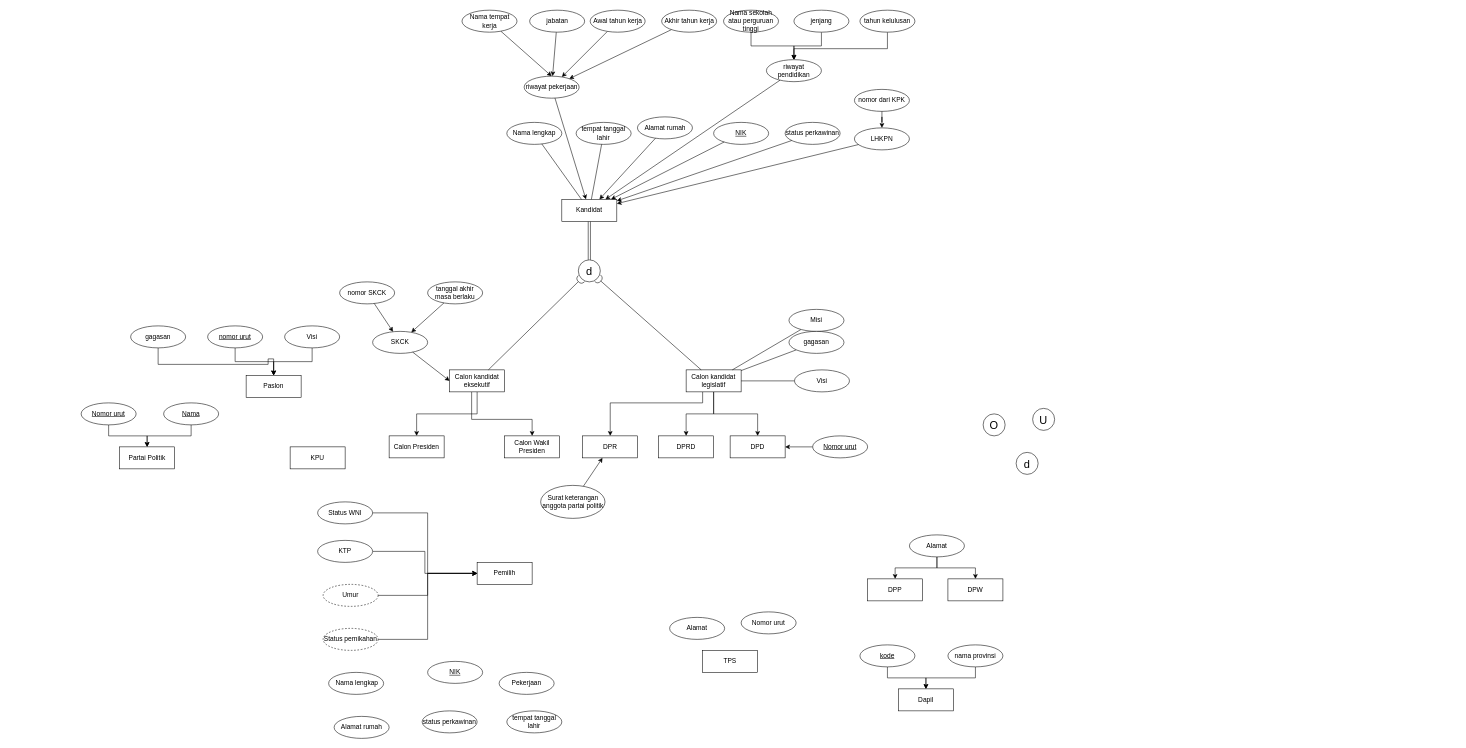
Before: TI1_basis_data.drawio in thirza258/draw.io, a draw.io diagram. Source tidied: cells renumbered, new cells numbered last; positions are measured from the earlier drawing's top-left corner, leaving out a move shared by most shapes. Both pictures are drawn from the tidied source at 55%, with x=0, y=0 at pixel (81, 10).
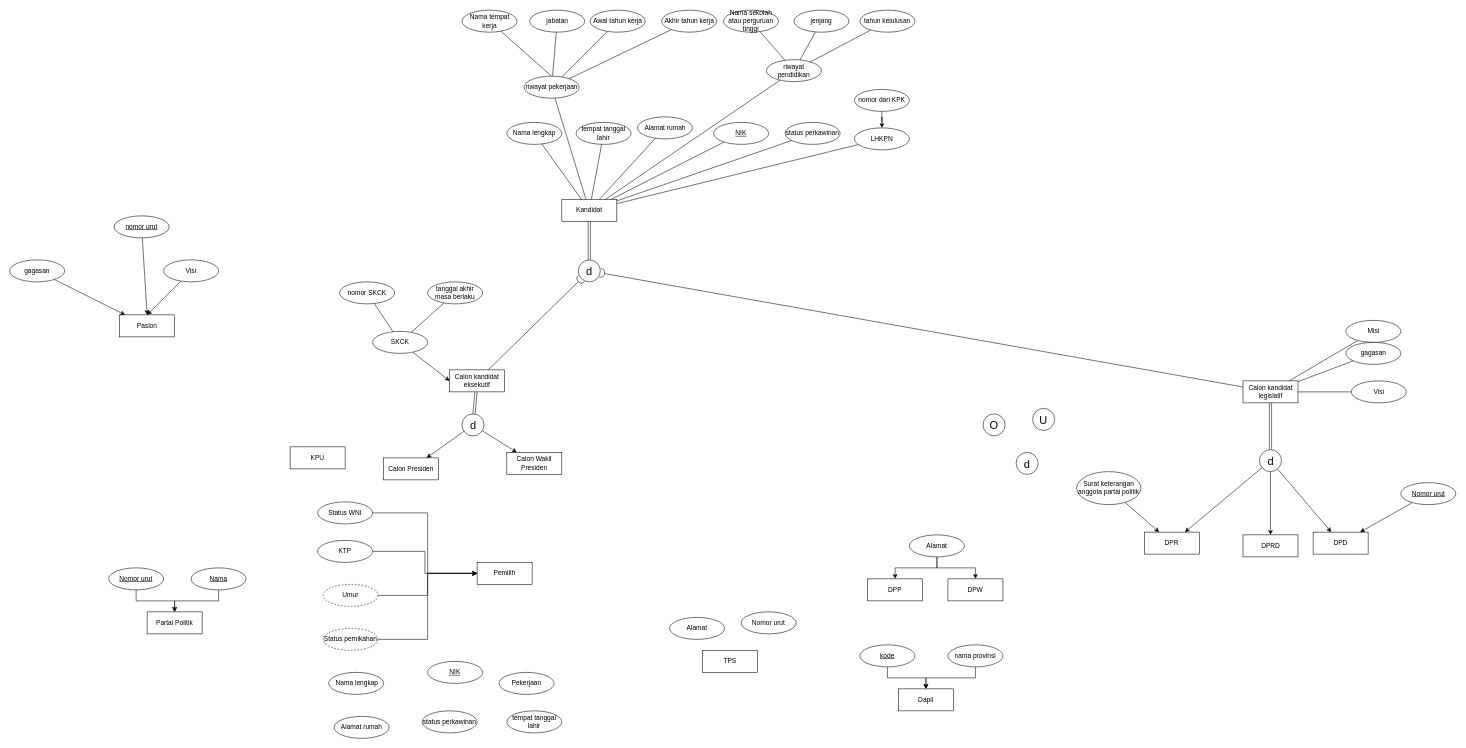
The same diagram, later.

Unchanged cells that the change refers to:
```xml
<mxCell id="9" value="Calon kandidat eksekutif" style="whiteSpace=wrap;html=1;align=center;" parent="1" vertex="1">
  <mxGeometry x="670" y="654" width="100" height="40" as="geometry" />
</mxCell>
<mxCell id="78" value="Kandidat" style="whiteSpace=wrap;html=1;align=center;" parent="1" vertex="1">
  <mxGeometry x="874" y="344" width="100" height="40" as="geometry" />
</mxCell>
<mxCell id="81" value="Alamat rumah" style="ellipse;whiteSpace=wrap;html=1;align=center;" parent="1" vertex="1">
  <mxGeometry x="1011.5" y="194" width="100" height="40" as="geometry" />
</mxCell>
<mxCell id="82" value="&lt;u&gt;NIK&lt;/u&gt;" style="ellipse;whiteSpace=wrap;html=1;align=center;" parent="1" vertex="1">
  <mxGeometry x="1150" y="204" width="100" height="40" as="geometry" />
</mxCell>
<mxCell id="83" value="status perkawinan" style="ellipse;whiteSpace=wrap;html=1;align=center;" parent="1" vertex="1">
  <mxGeometry x="1280" y="204" width="100" height="40" as="geometry" />
</mxCell>
<mxCell id="103" value="LHKPN" style="ellipse;whiteSpace=wrap;html=1;align=center;" parent="102" vertex="1">
  <mxGeometry y="70" width="100" height="40" as="geometry" />
</mxCell>
```

Diff of the diagram source:
```diff
@@
     <mxCell id="2" value="DPR" style="whiteSpace=wrap;html=1;align=center;" parent="1" vertex="1">
-      <mxGeometry x="911.5" y="774" width="100" height="40" as="geometry" />
+      <mxGeometry x="1933" y="949" width="100" height="40" as="geometry" />
     </mxCell>
     <mxCell id="3" value="DPRD" style="whiteSpace=wrap;html=1;align=center;" parent="1" vertex="1">
-      <mxGeometry x="1050" y="774" width="100" height="40" as="geometry" />
+      <mxGeometry x="2112.5" y="954" width="100" height="40" as="geometry" />
     </mxCell>
     <mxCell id="4" value="DPD" style="whiteSpace=wrap;html=1;align=center;" parent="1" vertex="1">
-      <mxGeometry x="1180" y="774" width="100" height="40" as="geometry" />
+      <mxGeometry x="2240" y="949" width="100" height="40" as="geometry" />
     </mxCell>
     <mxCell id="5" value="Calon Presiden" style="whiteSpace=wrap;html=1;align=center;" parent="1" vertex="1">
-      <mxGeometry x="560" y="774" width="100" height="40" as="geometry" />
+      <mxGeometry x="550" y="814" width="100" height="40" as="geometry" />
     </mxCell>
     <mxCell id="6" value="Calon Wakil Presiden" style="whiteSpace=wrap;html=1;align=center;" parent="1" vertex="1">
-      <mxGeometry x="770" y="774" width="100" height="40" as="geometry" />
+      <mxGeometry x="774" y="804" width="100" height="40" as="geometry" />
     </mxCell>
-    <mxCell id="7" style="edgeStyle=orthogonalEdgeStyle;rounded=0;jettySize=auto;html=1;" parent="1" edge="1" source="9" target="5">
-      <mxGeometry relative="1" as="geometry">
-        <Array as="points">
-          <mxPoint x="720" y="734" />
-          <mxPoint x="610" y="734" />
-        </Array>
-      </mxGeometry>
-    </mxCell>
-    <mxCell id="8" style="edgeStyle=orthogonalEdgeStyle;rounded=0;jettySize=auto;html=1;" parent="1" edge="1" source="9" target="6">
-      <mxGeometry relative="1" as="geometry">
-        <Array as="points">
-          <mxPoint x="710" y="744" />
-          <mxPoint x="820" y="744" />
-        </Array>
-      </mxGeometry>
-    </mxCell>
+    <mxCell id="117" style="rounded=0;jettySize=auto;html=1;shape=link;" parent="1" edge="1" source="9" target="121">
+      <mxGeometry relative="1" as="geometry" />
+    </mxCell>
@@
-    <mxCell id="10" style="edgeStyle=orthogonalEdgeStyle;rounded=0;jettySize=auto;html=1;" parent="1" edge="1" source="13" target="2">
-      <mxGeometry relative="1" as="geometry">
-        <Array as="points">
-          <mxPoint x="1130" y="714" />
-          <mxPoint x="962" y="714" />
-        </Array>
-      </mxGeometry>
-    </mxCell>
-    <mxCell id="11" style="edgeStyle=orthogonalEdgeStyle;rounded=0;jettySize=auto;html=1;" parent="1" edge="1" source="13" target="4">
-      <mxGeometry relative="1" as="geometry" />
-    </mxCell>
-    <mxCell id="12" style="edgeStyle=orthogonalEdgeStyle;rounded=0;jettySize=auto;html=1;" parent="1" edge="1" source="13" target="3">
-      <mxGeometry relative="1" as="geometry" />
-    </mxCell>
+    <mxCell id="118" style="edgeStyle=orthogonalEdgeStyle;rounded=0;jettySize=auto;html=1;shape=link;" parent="1" edge="1" source="13" target="125">
+      <mxGeometry relative="1" as="geometry" />
+    </mxCell>
     <mxCell id="13" value="Calon kandidat legislatif" style="whiteSpace=wrap;html=1;align=center;" parent="1" vertex="1">
-      <mxGeometry x="1100" y="654" width="100" height="40" as="geometry" />
+      <mxGeometry x="2112.5" y="674" width="100" height="40" as="geometry" />
     </mxCell>
@@
-    <mxCell id="15" style="group;" parent="1" vertex="1">
-      <mxGeometry y="714" width="250" height="120" as="geometry" />
-    </mxCell>
-    <mxCell id="16" value="Partai Politik" style="whiteSpace=wrap;html=1;align=center;" parent="15" vertex="1">
-      <mxGeometry x="70" y="80" width="100" height="40" as="geometry" />
-    </mxCell>
-    <mxCell id="17" style="edgeStyle=orthogonalEdgeStyle;rounded=0;jettySize=auto;html=1;" parent="15" edge="1" source="18" target="16">
-      <mxGeometry relative="1" as="geometry" />
-    </mxCell>
-    <mxCell id="18" value="&lt;u&gt;Nomor urut&lt;/u&gt;" style="ellipse;whiteSpace=wrap;html=1;align=center;" parent="15" vertex="1">
-      <mxGeometry width="100" height="40" as="geometry" />
-    </mxCell>
-    <mxCell id="19" value="&lt;u&gt;Nama&lt;/u&gt;" style="ellipse;whiteSpace=wrap;html=1;align=center;" parent="15" vertex="1">
-      <mxGeometry x="150" width="100" height="40" as="geometry" />
-    </mxCell>
-    <mxCell id="20" style="edgeStyle=orthogonalEdgeStyle;rounded=0;jettySize=auto;html=1;entryX=0.5;entryY=0;entryDx=0;entryDy=0;" parent="15" edge="1" source="19" target="16">
-      <mxGeometry relative="1" as="geometry" />
-    </mxCell>
@@
-    <mxCell id="27" style="group;" parent="1" vertex="1">
-      <mxGeometry x="470" y="494" width="260" height="130" as="geometry" />
-    </mxCell>
-    <mxCell id="28" value="SKCK" style="ellipse;whiteSpace=wrap;html=1;align=center;" parent="27" vertex="1">
-      <mxGeometry x="60" y="90" width="100" height="40" as="geometry" />
-    </mxCell>
-    <mxCell id="29" value="tanggal akhir masa berlaku" style="ellipse;whiteSpace=wrap;html=1;align=center;" parent="27" vertex="1">
-      <mxGeometry x="160" width="100" height="40" as="geometry" />
-    </mxCell>
-    <mxCell id="30" value="nomor SKCK" style="ellipse;whiteSpace=wrap;html=1;align=center;" parent="27" vertex="1">
-      <mxGeometry width="100" height="40" as="geometry" />
-    </mxCell>
-    <mxCell id="31" style="rounded=0;jettySize=auto;html=1;" parent="27" edge="1" source="29" target="28">
-      <mxGeometry relative="1" as="geometry" />
-    </mxCell>
-    <mxCell id="32" style="rounded=0;jettySize=auto;html=1;" parent="27" edge="1" source="30" target="28">
-      <mxGeometry relative="1" as="geometry" />
-    </mxCell>
@@
     <mxCell id="34" value="Paslon" style="whiteSpace=wrap;html=1;align=center;" parent="1" vertex="1">
-      <mxGeometry x="300" y="664" width="100" height="40" as="geometry" />
+      <mxGeometry x="70" y="554" width="100" height="40" as="geometry" />
     </mxCell>
-    <mxCell id="35" style="edgeStyle=orthogonalEdgeStyle;rounded=0;jettySize=auto;html=1;entryX=0.5;entryY=0;entryDx=0;entryDy=0;" parent="1" edge="1" source="36" target="34">
+    <mxCell id="35" style="rounded=0;jettySize=auto;html=1;entryX=0.5;entryY=0;entryDx=0;entryDy=0;" parent="1" edge="1" source="36" target="34">
       <mxGeometry relative="1" as="geometry" />
     </mxCell>
     <mxCell id="36" value="&lt;u&gt;nomor urut&lt;/u&gt;" style="ellipse;whiteSpace=wrap;html=1;align=center;" parent="1" vertex="1">
-      <mxGeometry x="230" y="574" width="100" height="40" as="geometry" />
+      <mxGeometry x="60" y="374" width="100" height="40" as="geometry" />
     </mxCell>
-    <mxCell id="37" style="edgeStyle=orthogonalEdgeStyle;rounded=0;jettySize=auto;html=1;entryX=0.5;entryY=0;entryDx=0;entryDy=0;" parent="1" edge="1" source="38" target="34">
+    <mxCell id="37" style="rounded=0;jettySize=auto;html=1;entryX=0.5;entryY=0;entryDx=0;entryDy=0;" parent="1" edge="1" source="38" target="34">
       <mxGeometry relative="1" as="geometry" />
     </mxCell>
     <mxCell id="38" value="Visi" style="ellipse;whiteSpace=wrap;html=1;align=center;" parent="1" vertex="1">
-      <mxGeometry x="370" y="574" width="100" height="40" as="geometry" />
+      <mxGeometry x="150" y="454" width="100" height="40" as="geometry" />
     </mxCell>
-    <mxCell id="39" style="edgeStyle=orthogonalEdgeStyle;rounded=0;jettySize=auto;html=1;" parent="1" edge="1" source="40" target="34">
-      <mxGeometry relative="1" as="geometry">
-        <Array as="points">
-          <mxPoint x="140" y="644" />
-          <mxPoint x="340" y="644" />
-          <mxPoint x="340" y="634" />
-          <mxPoint x="350" y="634" />
-        </Array>
-      </mxGeometry>
+    <mxCell id="39" style="rounded=0;jettySize=auto;html=1;" parent="1" edge="1" source="40" target="34">
+      <mxGeometry relative="1" as="geometry" />
     </mxCell>
     <mxCell id="40" value="gagasan" style="ellipse;whiteSpace=wrap;html=1;align=center;" parent="1" vertex="1">
-      <mxGeometry x="90" y="574" width="100" height="40" as="geometry" />
+      <mxGeometry x="-130" y="454" width="100" height="40" as="geometry" />
     </mxCell>
@@
     <mxCell id="43" value="Surat keterangan anggota partai politik" style="ellipse;whiteSpace=wrap;html=1;align=center;" parent="1" vertex="1">
-      <mxGeometry x="835.5" y="864" width="117" height="60" as="geometry" />
+      <mxGeometry x="1810" y="839" width="117" height="60" as="geometry" />
     </mxCell>
@@
     <mxCell id="45" value="Visi" style="ellipse;whiteSpace=wrap;html=1;align=center;" parent="1" vertex="1">
-      <mxGeometry x="1297" y="654" width="100" height="40" as="geometry" />
+      <mxGeometry x="2309.5" y="674" width="100" height="40" as="geometry" />
     </mxCell>
@@
     <mxCell id="47" value="Misi" style="ellipse;whiteSpace=wrap;html=1;align=center;" parent="1" vertex="1">
-      <mxGeometry x="1287" y="544" width="100" height="40" as="geometry" />
+      <mxGeometry x="2299.5" y="564" width="100" height="40" as="geometry" />
     </mxCell>
@@
     <mxCell id="49" value="gagasan" style="ellipse;whiteSpace=wrap;html=1;align=center;" parent="1" vertex="1">
-      <mxGeometry x="1287" y="584" width="100" height="40" as="geometry" />
+      <mxGeometry x="2299.5" y="604" width="100" height="40" as="geometry" />
     </mxCell>
@@
-    <mxCell id="54" style="edgeStyle=orthogonalEdgeStyle;rounded=0;jettySize=auto;html=1;" parent="1" edge="1" source="55" target="4">
+    <mxCell id="54" style="rounded=0;jettySize=auto;html=1;" parent="1" edge="1" source="55" target="4">
       <mxGeometry relative="1" as="geometry" />
     </mxCell>
     <mxCell id="55" value="&lt;u&gt;Nomor urut&lt;/u&gt;" style="ellipse;whiteSpace=wrap;html=1;align=center;" parent="1" vertex="1">
-      <mxGeometry x="1330" y="774" width="100" height="40" as="geometry" />
+      <mxGeometry x="2399.5" y="859" width="100" height="40" as="geometry" />
     </mxCell>
@@
-    <mxCell id="84" style="group;" parent="1" vertex="1">
-      <mxGeometry x="692.5" width="463" height="160" as="geometry" />
-    </mxCell>
-    <mxCell id="85" value="riwayat pekerjaan" style="ellipse;whiteSpace=wrap;html=1;align=center;" parent="84" vertex="1">
-      <mxGeometry x="113" y="120" width="100" height="40" as="geometry" />
-    </mxCell>
-    <mxCell id="86" style="rounded=0;jettySize=auto;html=1;entryX=0.5;entryY=0;entryDx=0;entryDy=0;" parent="84" edge="1" source="87" target="85">
-      <mxGeometry relative="1" as="geometry" />
-    </mxCell>
-    <mxCell id="87" value="Nama tempat kerja" style="ellipse;whiteSpace=wrap;html=1;align=center;" parent="84" vertex="1">
-      <mxGeometry width="100" height="40" as="geometry" />
-    </mxCell>
-    <mxCell id="88" style="rounded=0;jettySize=auto;html=1;" parent="84" edge="1" source="89" target="85">
-      <mxGeometry relative="1" as="geometry" />
-    </mxCell>
-    <mxCell id="89" value="jabatan" style="ellipse;whiteSpace=wrap;html=1;align=center;" parent="84" vertex="1">
-      <mxGeometry x="123" width="100" height="40" as="geometry" />
-    </mxCell>
-    <mxCell id="90" style="rounded=0;jettySize=auto;html=1;" parent="84" edge="1" source="91" target="85">
-      <mxGeometry relative="1" as="geometry" />
-    </mxCell>
-    <mxCell id="91" value="Awal tahun kerja" style="ellipse;whiteSpace=wrap;html=1;align=center;" parent="84" vertex="1">
-      <mxGeometry x="233" width="100" height="40" as="geometry" />
-    </mxCell>
-    <mxCell id="92" style="rounded=0;jettySize=auto;html=1;" parent="84" edge="1" source="93" target="85">
-      <mxGeometry relative="1" as="geometry" />
-    </mxCell>
-    <mxCell id="93" value="Akhir tahun kerja" style="ellipse;whiteSpace=wrap;html=1;align=center;" parent="84" vertex="1">
-      <mxGeometry x="363" width="100" height="40" as="geometry" />
-    </mxCell>
-    <mxCell id="94" style="group;" parent="1" vertex="1">
-      <mxGeometry x="1168" width="348" height="130" as="geometry" />
-    </mxCell>
-    <mxCell id="95" value="riwayat pendidikan" style="ellipse;whiteSpace=wrap;html=1;align=center;" parent="94" vertex="1">
-      <mxGeometry x="78" y="90" width="100" height="40" as="geometry" />
-    </mxCell>
-    <mxCell id="96" style="edgeStyle=orthogonalEdgeStyle;rounded=0;jettySize=auto;html=1;" parent="94" edge="1" source="97" target="95">
-      <mxGeometry relative="1" as="geometry" />
-    </mxCell>
-    <mxCell id="97" value="Nama sekolah atau perguruan tinggi" style="ellipse;whiteSpace=wrap;html=1;align=center;" parent="94" vertex="1">
-      <mxGeometry width="100" height="40" as="geometry" />
-    </mxCell>
-    <mxCell id="98" style="edgeStyle=orthogonalEdgeStyle;rounded=0;jettySize=auto;html=1;" parent="94" edge="1" source="99" target="95">
-      <mxGeometry relative="1" as="geometry" />
-    </mxCell>
-    <mxCell id="99" value="jenjang" style="ellipse;whiteSpace=wrap;html=1;align=center;" parent="94" vertex="1">
-      <mxGeometry x="128" width="100" height="40" as="geometry" />
-    </mxCell>
-    <mxCell id="100" style="edgeStyle=orthogonalEdgeStyle;rounded=0;jettySize=auto;html=1;" parent="94" edge="1" source="101" target="95">
-      <mxGeometry relative="1" as="geometry">
-        <Array as="points">
-          <mxPoint x="298" y="70" />
-          <mxPoint x="128" y="70" />
-        </Array>
-      </mxGeometry>
-    </mxCell>
-    <mxCell id="101" value="tahun kelulusan" style="ellipse;whiteSpace=wrap;html=1;align=center;" parent="94" vertex="1">
-      <mxGeometry x="248" width="100" height="40" as="geometry" />
-    </mxCell>
@@
-    <mxCell id="108" style="rounded=0;jettySize=auto;html=1;" parent="1" edge="1" source="81" target="78">
+    <mxCell id="108" style="rounded=0;jettySize=auto;html=1;endArrow=none;endFill=0;" parent="1" edge="1" source="81" target="78">
       <mxGeometry relative="1" as="geometry" />
     </mxCell>
-    <mxCell id="109" style="rounded=0;jettySize=auto;html=1;" parent="1" edge="1" source="82" target="78">
+    <mxCell id="109" style="rounded=0;jettySize=auto;html=1;endArrow=none;endFill=0;" parent="1" edge="1" source="82" target="78">
       <mxGeometry relative="1" as="geometry" />
     </mxCell>
-    <mxCell id="110" style="rounded=0;jettySize=auto;html=1;" parent="1" edge="1" source="83" target="78">
+    <mxCell id="110" style="rounded=0;jettySize=auto;html=1;endArrow=none;endFill=0;" parent="1" edge="1" source="83" target="78">
       <mxGeometry relative="1" as="geometry" />
     </mxCell>
-    <mxCell id="111" style="rounded=0;jettySize=auto;html=1;" parent="1" edge="1" source="85" target="78">
+    <mxCell id="111" style="rounded=0;jettySize=auto;html=1;endArrow=none;endFill=0;" parent="1" edge="1" source="85" target="78">
       <mxGeometry relative="1" as="geometry" />
     </mxCell>
-    <mxCell id="112" style="rounded=0;jettySize=auto;html=1;" parent="1" edge="1" source="95" target="78">
+    <mxCell id="112" style="rounded=0;jettySize=auto;html=1;endArrow=none;endFill=0;" parent="1" edge="1" source="95" target="78">
       <mxGeometry relative="1" as="geometry" />
     </mxCell>
-    <mxCell id="113" style="rounded=0;jettySize=auto;html=1;" parent="1" edge="1" source="103" target="78">
+    <mxCell id="113" style="rounded=0;jettySize=auto;html=1;endArrow=none;endFill=0;" parent="1" edge="1" source="103" target="78">
       <mxGeometry relative="1" as="geometry" />
     </mxCell>
@@
+    <mxCell id="28" value="SKCK" style="ellipse;whiteSpace=wrap;html=1;align=center;" parent="1" vertex="1">
+      <mxGeometry x="530" y="584" width="100" height="40" as="geometry" />
+    </mxCell>
+    <mxCell id="29" value="tanggal akhir masa berlaku" style="ellipse;whiteSpace=wrap;html=1;align=center;" parent="1" vertex="1">
+      <mxGeometry x="630" y="494" width="100" height="40" as="geometry" />
+    </mxCell>
+    <mxCell id="30" value="nomor SKCK" style="ellipse;whiteSpace=wrap;html=1;align=center;" parent="1" vertex="1">
+      <mxGeometry x="470" y="494" width="100" height="40" as="geometry" />
+    </mxCell>
+    <mxCell id="31" style="rounded=0;jettySize=auto;html=1;endArrow=none;endFill=0;" parent="1" edge="1" source="29" target="28">
+      <mxGeometry relative="1" as="geometry" />
+    </mxCell>
+    <mxCell id="32" style="rounded=0;jettySize=auto;html=1;endArrow=none;endFill=0;" parent="1" edge="1" source="30" target="28">
+      <mxGeometry relative="1" as="geometry" />
+    </mxCell>
+    <mxCell id="95" value="riwayat pendidikan" style="ellipse;whiteSpace=wrap;html=1;align=center;" parent="1" vertex="1">
+      <mxGeometry x="1246" y="90" width="100" height="40" as="geometry" />
+    </mxCell>
+    <mxCell id="96" style="rounded=0;jettySize=auto;html=1;endArrow=none;endFill=0;" parent="1" edge="1" source="97" target="95">
+      <mxGeometry relative="1" as="geometry" />
+    </mxCell>
+    <mxCell id="97" value="Nama sekolah atau perguruan tinggi" style="ellipse;whiteSpace=wrap;html=1;align=center;" parent="1" vertex="1">
+      <mxGeometry x="1168" width="100" height="40" as="geometry" />
+    </mxCell>
+    <mxCell id="98" style="rounded=0;jettySize=auto;html=1;endArrow=none;endFill=0;" parent="1" edge="1" source="99" target="95">
+      <mxGeometry relative="1" as="geometry" />
+    </mxCell>
+    <mxCell id="99" value="jenjang" style="ellipse;whiteSpace=wrap;html=1;align=center;" parent="1" vertex="1">
+      <mxGeometry x="1296" width="100" height="40" as="geometry" />
+    </mxCell>
+    <mxCell id="100" style="rounded=0;jettySize=auto;html=1;endArrow=none;endFill=0;" parent="1" edge="1" source="101" target="95">
+      <mxGeometry relative="1" as="geometry" />
+    </mxCell>
+    <mxCell id="101" value="tahun kelulusan" style="ellipse;whiteSpace=wrap;html=1;align=center;" parent="1" vertex="1">
+      <mxGeometry x="1416" width="100" height="40" as="geometry" />
+    </mxCell>
+    <mxCell id="85" value="riwayat pekerjaan" style="ellipse;whiteSpace=wrap;html=1;align=center;" parent="1" vertex="1">
+      <mxGeometry x="805.5" y="120" width="100" height="40" as="geometry" />
+    </mxCell>
+    <mxCell id="86" style="rounded=0;jettySize=auto;html=1;entryX=0.5;entryY=0;entryDx=0;entryDy=0;endArrow=none;endFill=0;" parent="1" edge="1" source="87" target="85">
+      <mxGeometry relative="1" as="geometry" />
+    </mxCell>
+    <mxCell id="87" value="Nama tempat kerja" style="ellipse;whiteSpace=wrap;html=1;align=center;" parent="1" vertex="1">
+      <mxGeometry x="692.5" width="100" height="40" as="geometry" />
+    </mxCell>
+    <mxCell id="88" style="rounded=0;jettySize=auto;html=1;endArrow=none;endFill=0;" parent="1" edge="1" source="89" target="85">
+      <mxGeometry relative="1" as="geometry" />
+    </mxCell>
+    <mxCell id="89" value="jabatan" style="ellipse;whiteSpace=wrap;html=1;align=center;" parent="1" vertex="1">
+      <mxGeometry x="815.5" width="100" height="40" as="geometry" />
+    </mxCell>
+    <mxCell id="90" style="rounded=0;jettySize=auto;html=1;endArrow=none;endFill=0;" parent="1" edge="1" source="91" target="85">
+      <mxGeometry relative="1" as="geometry" />
+    </mxCell>
+    <mxCell id="91" value="Awal tahun kerja" style="ellipse;whiteSpace=wrap;html=1;align=center;" parent="1" vertex="1">
+      <mxGeometry x="925.5" width="100" height="40" as="geometry" />
+    </mxCell>
+    <mxCell id="92" style="rounded=0;jettySize=auto;html=1;endArrow=none;endFill=0;" parent="1" edge="1" source="93" target="85">
+      <mxGeometry relative="1" as="geometry" />
+    </mxCell>
+    <mxCell id="93" value="Akhir tahun kerja" style="ellipse;whiteSpace=wrap;html=1;align=center;" parent="1" vertex="1">
+      <mxGeometry x="1055.5" width="100" height="40" as="geometry" />
+    </mxCell>
+    <mxCell id="119" style="rounded=0;jettySize=auto;html=1;" parent="1" edge="1" source="121" target="6">
+      <mxGeometry relative="1" as="geometry" />
+    </mxCell>
+    <mxCell id="120" style="rounded=0;jettySize=auto;html=1;" parent="1" edge="1" source="121" target="5">
+      <mxGeometry relative="1" as="geometry" />
+    </mxCell>
+    <mxCell id="121" value="&lt;font style=&quot;font-size: 20px;&quot;&gt;d&lt;/font&gt;" style="ellipse;whiteSpace=wrap;html=1;" parent="1" vertex="1">
+      <mxGeometry x="692.5" y="734" width="40" height="40" as="geometry" />
+    </mxCell>
+    <mxCell id="122" style="rounded=0;jettySize=auto;html=1;" parent="1" edge="1" source="125" target="2">
+      <mxGeometry relative="1" as="geometry" />
+    </mxCell>
+    <mxCell id="123" style="rounded=0;jettySize=auto;html=1;" parent="1" edge="1" source="125" target="3">
+      <mxGeometry relative="1" as="geometry" />
+    </mxCell>
+    <mxCell id="124" style="rounded=0;jettySize=auto;html=1;" parent="1" edge="1" source="125" target="4">
+      <mxGeometry relative="1" as="geometry" />
+    </mxCell>
+    <mxCell id="125" value="&lt;font style=&quot;font-size: 20px;&quot;&gt;d&lt;/font&gt;" style="ellipse;whiteSpace=wrap;html=1;" parent="1" vertex="1">
+      <mxGeometry x="2142.5" y="799" width="40" height="40" as="geometry" />
+    </mxCell>
+    <mxCell id="19" value="&lt;u&gt;Nama&lt;/u&gt;" style="ellipse;whiteSpace=wrap;html=1;align=center;" parent="1" vertex="1">
+      <mxGeometry x="200" y="1014" width="100" height="40" as="geometry" />
+    </mxCell>
+    <mxCell id="18" value="&lt;u&gt;Nomor urut&lt;/u&gt;" style="ellipse;whiteSpace=wrap;html=1;align=center;" parent="1" vertex="1">
+      <mxGeometry x="50" y="1014" width="100" height="40" as="geometry" />
+    </mxCell>
+    <mxCell id="16" value="Partai Politik" style="whiteSpace=wrap;html=1;align=center;" parent="1" vertex="1">
+      <mxGeometry x="120" y="1094" width="100" height="40" as="geometry" />
+    </mxCell>
+    <mxCell id="20" style="edgeStyle=orthogonalEdgeStyle;rounded=0;jettySize=auto;html=1;entryX=0.5;entryY=0;entryDx=0;entryDy=0;" parent="1" edge="1" source="19" target="16">
+      <mxGeometry relative="1" as="geometry" />
+    </mxCell>
+    <mxCell id="17" style="edgeStyle=orthogonalEdgeStyle;rounded=0;jettySize=auto;html=1;" parent="1" edge="1" source="18" target="16">
+      <mxGeometry relative="1" as="geometry" />
+    </mxCell>
```
